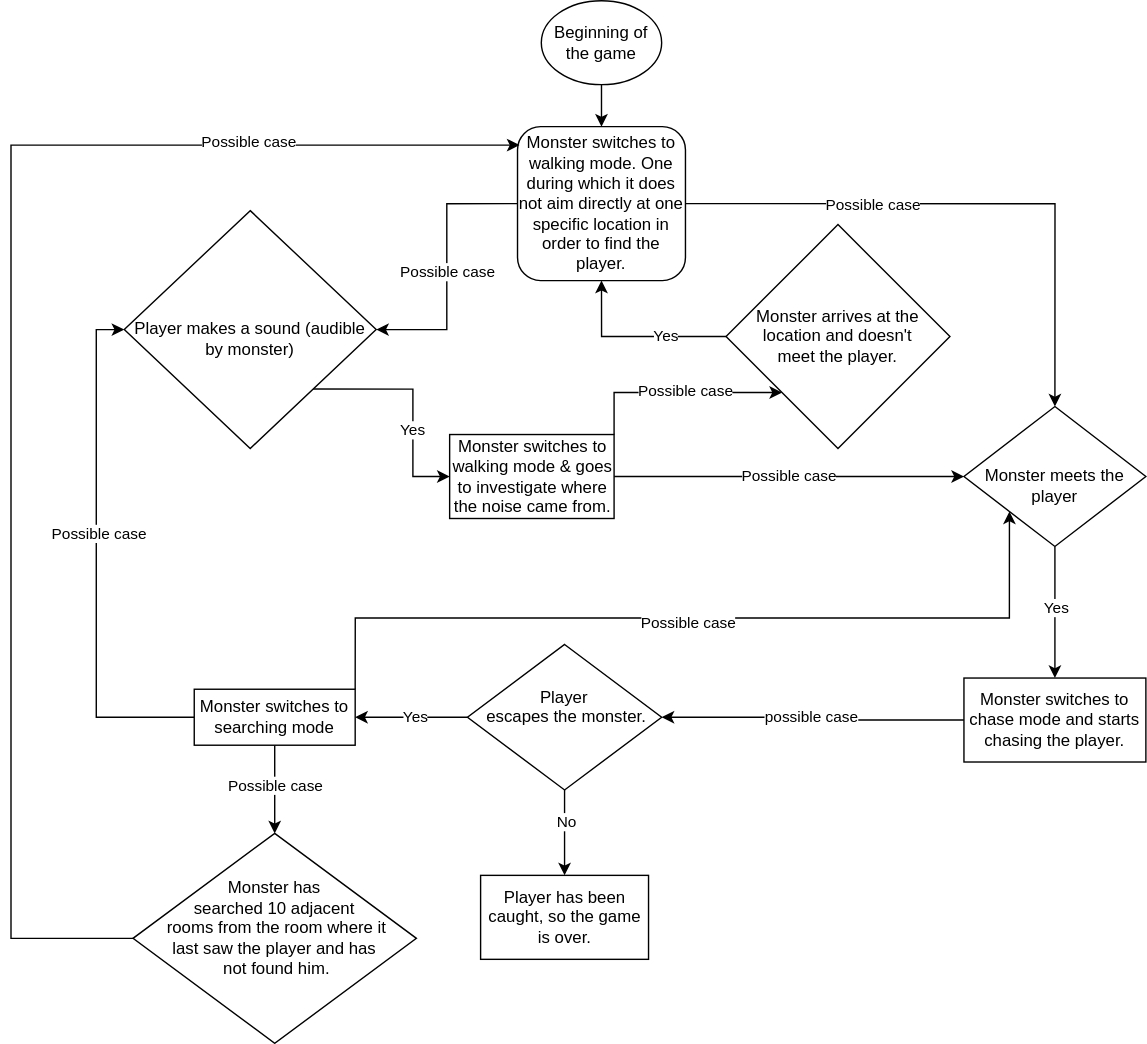
Above: Monster Movement.drawio.svg in Otasmacour/Survive (draw.io), before the change. Source tidied: cells renumbered, new cells last; positions are measured from the earlier drawing's top-left corner, leaving out a move shared by most shapes.
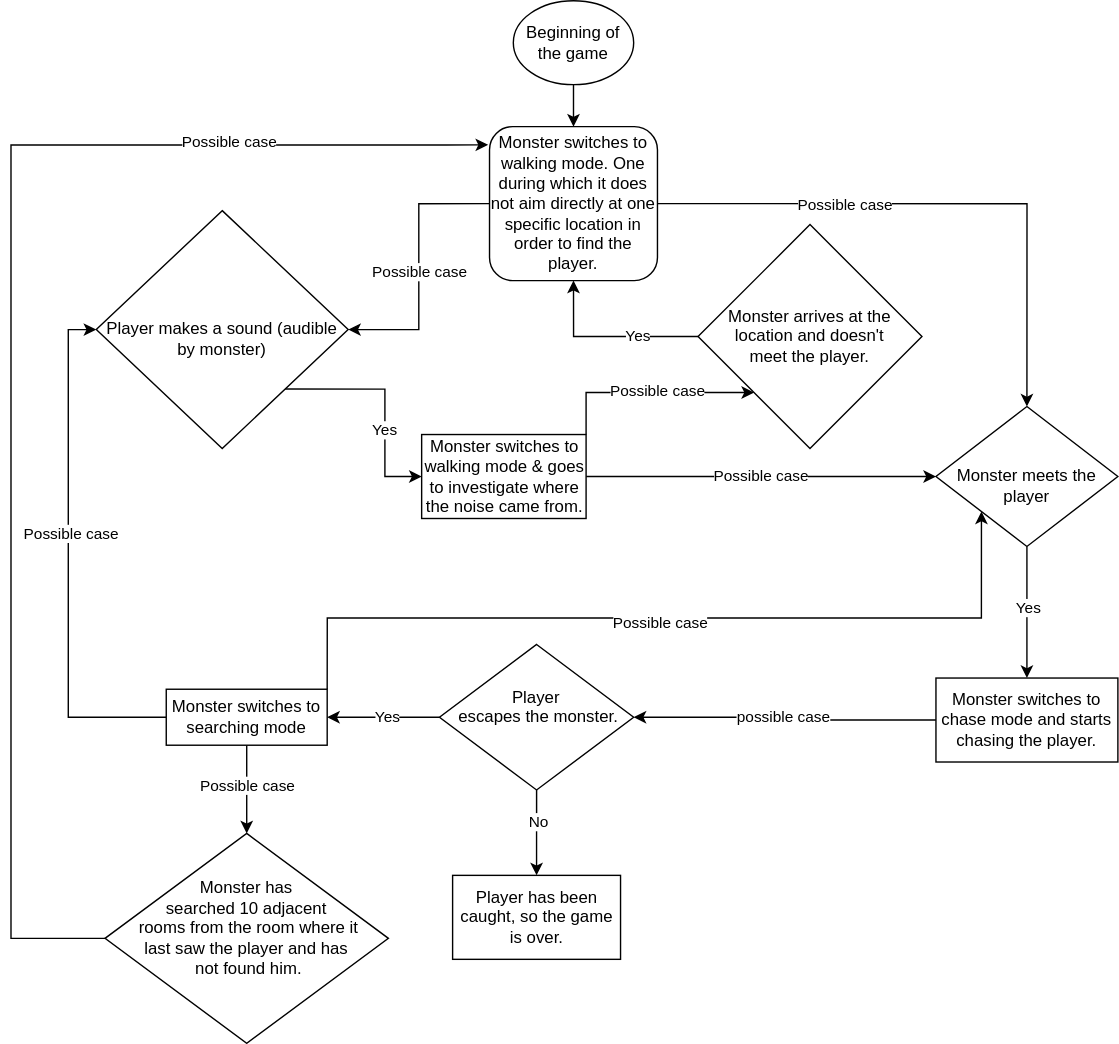
The same diagram one commit later.

Change to the diagram source:
```diff
@@ -94,11 +94,13 @@
     <mxCell id="31" value="Player&lt;br&gt;&amp;nbsp;escapes the monster.&lt;br&gt;&amp;nbsp;" style="rhombus;whiteSpace=wrap;html=1;" parent="1" vertex="1">
       <mxGeometry x="326.2" y="460" width="138.8" height="104" as="geometry" />
     </mxCell>
-    <mxCell id="32" style="edgeStyle=orthogonalEdgeStyle;rounded=0;jettySize=auto;html=1;exitX=0;exitY=0.5;exitDx=0;exitDy=0;entryX=0.012;entryY=0.12;entryDx=0;entryDy=0;entryPerimeter=0;" parent="1" edge="1" source="34" target="23">
+    <mxCell id="32" style="edgeStyle=orthogonalEdgeStyle;rounded=0;jettySize=auto;html=1;exitX=0;exitY=0.5;exitDx=0;exitDy=0;" parent="1" edge="1" source="34">
       <mxGeometry relative="1" as="geometry">
+        <mxPoint x="361" y="103" as="targetPoint" />
         <Array as="points">
-          <mxPoint y="670" />
-          <mxPoint y="103" />
+          <mxPoint x="20" y="670" />
+          <mxPoint x="20" y="103" />
+          <mxPoint x="331" y="103" />
         </Array>
       </mxGeometry>
     </mxCell>
```
